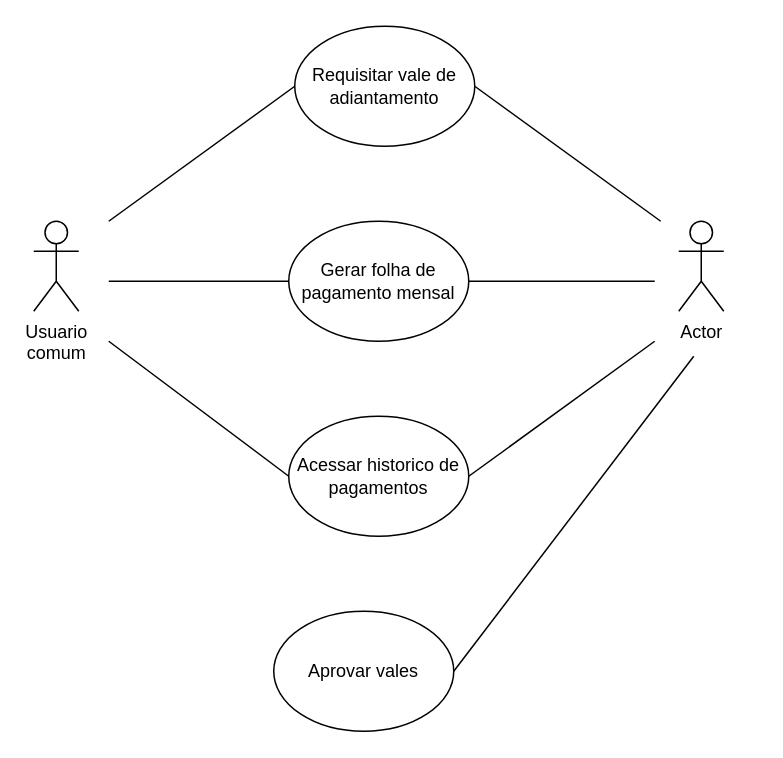
This is page "caso de uso especifico 2 - folha de pagamento" (3 of 4) of Primeiro Semestre/casos de uso TCC.drawio from Lucas-RDV/TCC, a draw.io file, before an edit. Source tidied: cells renumbered, new cells numbered last; positions are measured from the earlier drawing's top-left corner, leaving out a move shared by most shapes. Both pictures are drawn from the tidied source at 150%, with x=0, y=0 at pixel (33, 26).
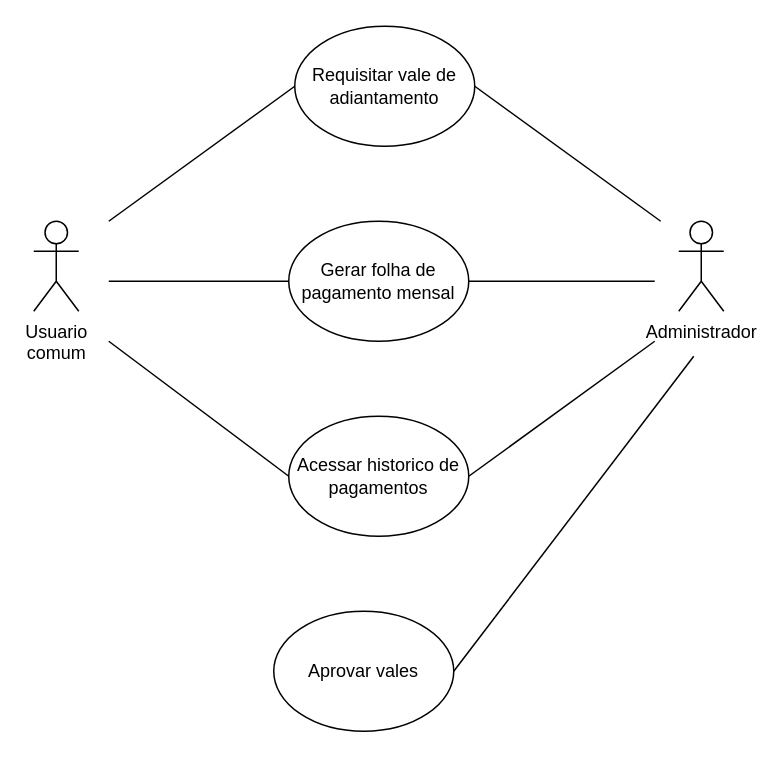
Above is the later version.

Change to the diagram source:
```diff
@@
-    <mxCell id="6" value="Actor" style="shape=umlActor;verticalLabelPosition=bottom;verticalAlign=top;html=1;" parent="1" vertex="1">
+    <mxCell id="6" value="Administrador" style="shape=umlActor;verticalLabelPosition=bottom;verticalAlign=top;html=1;" parent="1" vertex="1">
       <mxGeometry x="430" y="130" width="30" height="60" as="geometry" />
     </mxCell>
```
